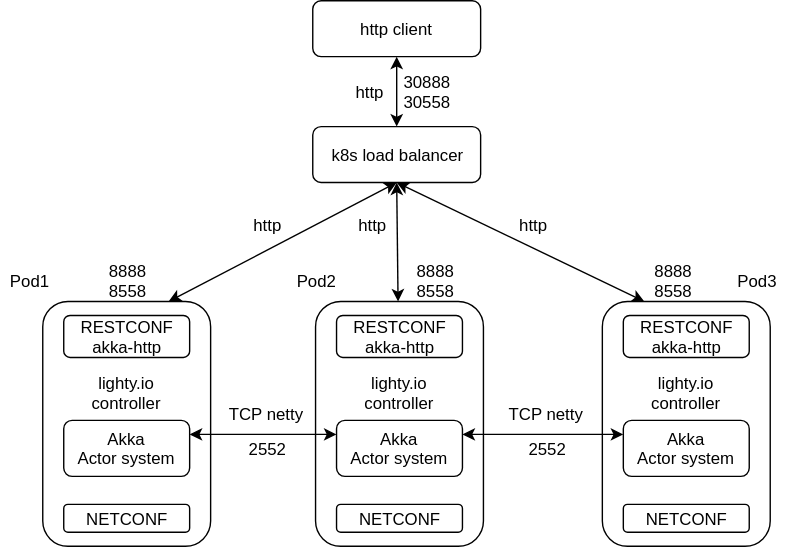
This is lighty-examples/lighty-cluster-app/docs/app-k8s-deployment.svg from PANTHEONtech/lighty, a draw.io export, as it was before one commit. Source tidied: cells renumbered, new cells last; positions are measured from the earlier drawing's top-left corner, leaving out a move shared by most shapes.
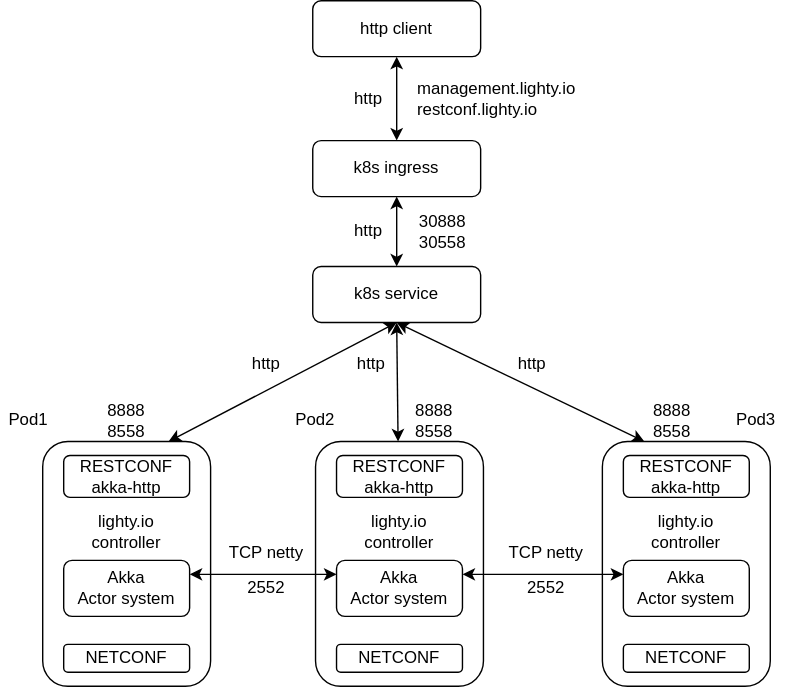
After the change.

Change to the diagram source:
```diff
@@ -2,10 +2,10 @@
   <root>
     <mxCell id="0" />
     <mxCell id="1" parent="0" />
-    <mxCell id="2" value="http client" style="rounded=1;whiteSpace=wrap;html=1;" parent="1" vertex="1">
+    <mxCell id="2" value="k8s ingress" style="rounded=1;whiteSpace=wrap;html=1;" parent="1" vertex="1">
       <mxGeometry x="223" width="120" height="40" as="geometry" />
     </mxCell>
-    <mxCell id="3" value="k8s load balancer" style="rounded=1;whiteSpace=wrap;html=1;" parent="1" vertex="1">
+    <mxCell id="3" value="k8s service&lt;br&gt;" style="rounded=1;whiteSpace=wrap;html=1;" parent="1" vertex="1">
       <mxGeometry x="223" y="90" width="120" height="40" as="geometry" />
     </mxCell>
     <mxCell id="4" style="rounded=1;whiteSpace=wrap;html=1;" parent="1" vertex="1">
@@ -72,7 +72,7 @@
       <mxGeometry relative="1" as="geometry" />
     </mxCell>
     <mxCell id="25" value="30888&lt;br&gt;30558" style="text;html=1;strokeColor=none;fillColor=none;align=center;verticalAlign=middle;whiteSpace=wrap;rounded=0;" parent="1" vertex="1">
-      <mxGeometry x="285" y="55" width="40" height="20" as="geometry" />
+      <mxGeometry x="296" y="55" width="40" height="20" as="geometry" />
     </mxCell>
     <mxCell id="26" value="8888&lt;br&gt;8558" style="text;html=1;strokeColor=none;fillColor=none;align=center;verticalAlign=middle;whiteSpace=wrap;rounded=0;" parent="1" vertex="1">
       <mxGeometry x="70" y="190" width="40" height="20" as="geometry" />
@@ -116,5 +116,17 @@
     <mxCell id="39" value="Pod3" style="text;html=1;strokeColor=none;fillColor=none;align=center;verticalAlign=middle;whiteSpace=wrap;rounded=0;" parent="1" vertex="1">
       <mxGeometry x="520" y="190" width="40" height="20" as="geometry" />
     </mxCell>
+    <mxCell id="40" value="http client" style="rounded=1;whiteSpace=wrap;html=1;" parent="1" vertex="1">
+      <mxGeometry x="223" y="-100" width="120" height="40" as="geometry" />
+    </mxCell>
+    <mxCell id="41" style="endArrow=classic;startArrow=classic;html=1;entryX=0.5;entryY=1;entryDx=0;entryDy=0;exitX=0.5;exitY=0;exitDx=0;exitDy=0;" parent="1" edge="1" source="2" target="40">
+      <mxGeometry relative="1" as="geometry" />
+    </mxCell>
+    <mxCell id="42" value="http&lt;br&gt;" style="text;html=1;strokeColor=none;fillColor=none;align=center;verticalAlign=middle;whiteSpace=wrap;rounded=0;" parent="1" vertex="1">
+      <mxGeometry x="243" y="-40" width="40" height="20" as="geometry" />
+    </mxCell>
+    <mxCell id="43" value="management.lighty.io&lt;br&gt;restconf.lighty.io" style="text;html=1;strokeColor=none;fillColor=none;align=left;verticalAlign=middle;whiteSpace=wrap;rounded=0;" parent="1" vertex="1">
+      <mxGeometry x="296" y="-40" width="40" height="20" as="geometry" />
+    </mxCell>
   </root>
 </mxGraphModel>
```
